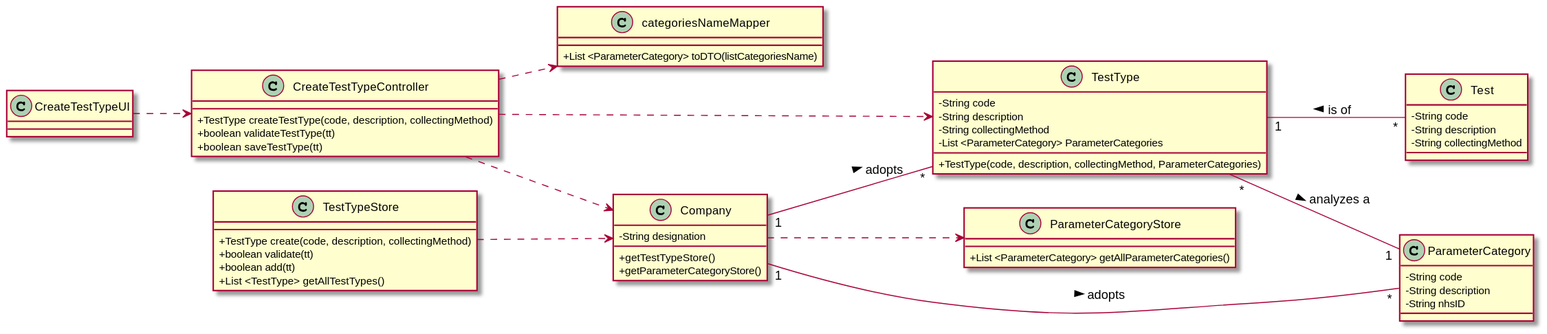
This is docs/SprintB/US09/US09-CD.svg from 0franciscor/lei-21-s2-1de-g19, a PlantUML export, as it was before one commit.
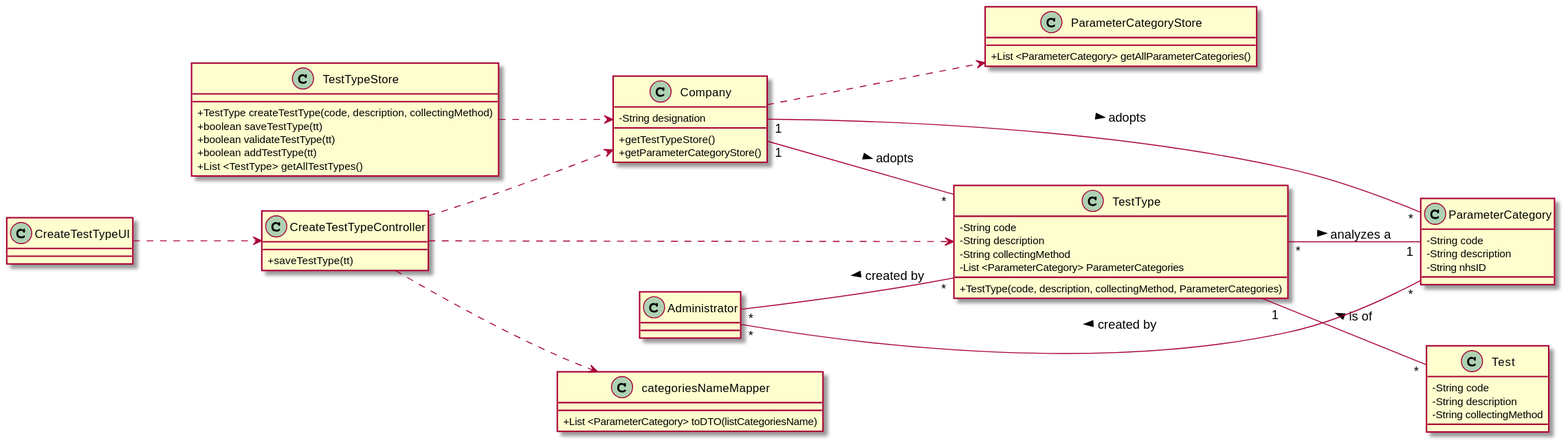
After the change.

Diff of the diagram source:
```diff
@@ -13,9 +13,10 @@
 }
 
 class "TestTypeStore" as TTS{
-+TestType create(code, description, collectingMethod)
-+boolean validate(tt)
-+boolean add(tt)
++TestType createTestType(code, description, collectingMethod)
++boolean saveTestType(tt)
++boolean validateTestType(tt)
++boolean addTestType(tt)
 +List <TestType> getAllTestTypes()
 }
 
@@ -32,9 +33,7 @@
 }
 
 class "CreateTestTypeController" as CTTC {
-+TestType createTestType(code, description, collectingMethod)
-+boolean validateTestType(tt)
-+boolean saveTestType(tt)
++saveTestType(tt)
 }
 
 class "Test" as T{
@@ -51,6 +50,8 @@
 
 class "CreateTestTypeUI" as CTTUI
 class "TestType" as TT
+class "CreateTestTypeController" as CTTC
+class "Administrator" as admin
 
 CTTUI ..> CTTC
 
@@ -69,4 +70,9 @@
 C "1" -- "*" TT : > adopts
 C "1" -- "*" PC : > adopts
 
+admin "*" -- "*" PC : < created by
+
+admin "*" -- "*" TT : < created by
+
+
 @enduml
```
